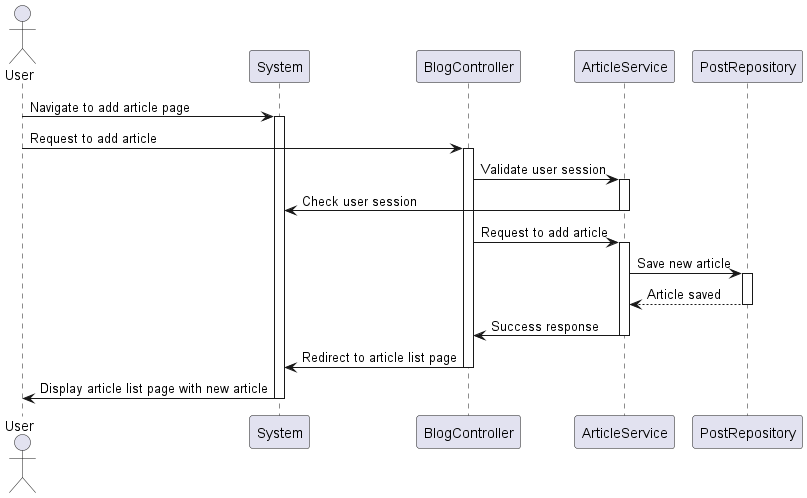
Before: diagrammes/diagrammes de séquences/add_article.png, a diagram exported from PlantUML (Waarrez/Blog-PHP-Projet-Openclassrooms). Source of this version:
```plantuml
@startuml

actor User as User
participant "System" as System
participant BlogController as Controller
participant ArticleService as ArticleService
participant PostRepository as PostRepo

User -> System: Navigate to add article page
activate System

User -> Controller: Request to add article
activate Controller

Controller -> ArticleService: Validate user session
activate ArticleService

ArticleService -> System: Check user session
deactivate ArticleService

Controller -> ArticleService: Request to add article
activate ArticleService

ArticleService -> PostRepo: Save new article
activate PostRepo
PostRepo --> ArticleService: Article saved
deactivate PostRepo

ArticleService -> Controller: Success response
deactivate ArticleService

Controller -> System: Redirect to article list page
deactivate Controller

System -> User: Display article list page with new article

deactivate System
@enduml
```
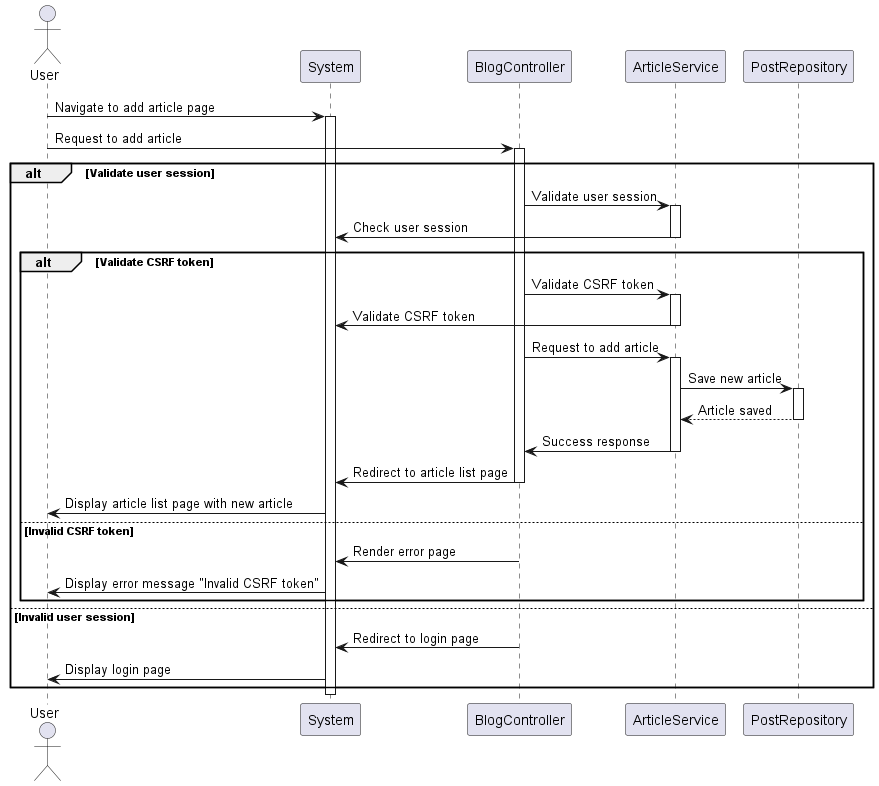
Above is the later version.

The edit, as a diff of the source:
```diff
@@ -12,27 +12,48 @@
 User -> Controller: Request to add article
 activate Controller
 
-Controller -> ArticleService: Validate user session
-activate ArticleService
+alt Validate user session
+    Controller -> ArticleService: Validate user session
+    activate ArticleService
 
-ArticleService -> System: Check user session
-deactivate ArticleService
+    ArticleService -> System: Check user session
+    deactivate ArticleService
 
-Controller -> ArticleService: Request to add article
-activate ArticleService
+    alt Validate CSRF token
+        Controller -> ArticleService: Validate CSRF token
+        activate ArticleService
 
-ArticleService -> PostRepo: Save new article
-activate PostRepo
-PostRepo --> ArticleService: Article saved
-deactivate PostRepo
+        ArticleService -> System: Validate CSRF token
+        deactivate ArticleService
 
-ArticleService -> Controller: Success response
-deactivate ArticleService
+        Controller -> ArticleService: Request to add article
+        activate ArticleService
 
-Controller -> System: Redirect to article list page
-deactivate Controller
+        ArticleService -> PostRepo: Save new article
+        activate PostRepo
+        PostRepo --> ArticleService: Article saved
+        deactivate PostRepo
 
-System -> User: Display article list page with new article
+        ArticleService -> Controller: Success response
+        deactivate ArticleService
+
+        Controller -> System: Redirect to article list page
+        deactivate Controller
+
+        System -> User: Display article list page with new article
+    else Invalid CSRF token
+        Controller -> System: Render error page
+        deactivate Controller
+
+        System -> User: Display error message "Invalid CSRF token"
+    end
+else Invalid user session
+    Controller -> System: Redirect to login page
+    deactivate Controller
+
+    System -> User: Display login page
+end
 
 deactivate System
+
 @enduml
```
